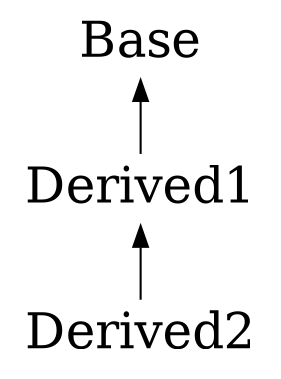
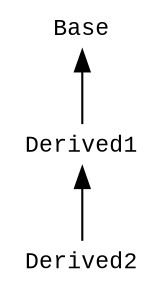
digraph dag {
    graph [nodesep=1.5, rankdir=BT];

-     Base [shape=plaintext, height=.1, fontsize=24];
-     Derived1 [shape=plaintext, height=.1, fontsize=24];
-     Derived2 [shape=plaintext, height=.1, fontsize=24];
+     Base [shape=plaintext, height=.1, fontsize=11, fontname="Courier New"];
+     Derived1 [shape=plaintext, height=.1, fontsize=11, fontname="Courier New"];
+     Derived2 [shape=plaintext, height=.1, fontsize=11, fontname="Courier New"];

    Derived2 -> Derived1;
    Derived1 -> Base;
- }+ }
